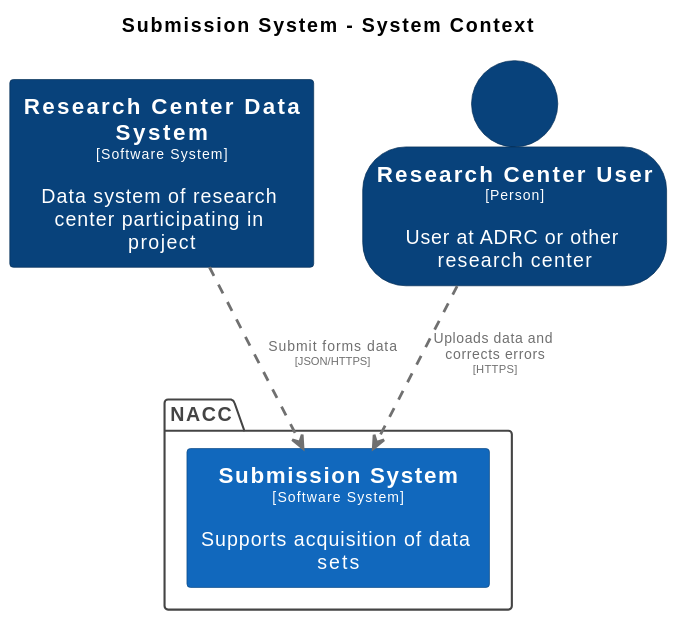
Above: docs/images/structurizr-SubmissionContext.svg in naccdata/system-design (PlantUML), before the change.
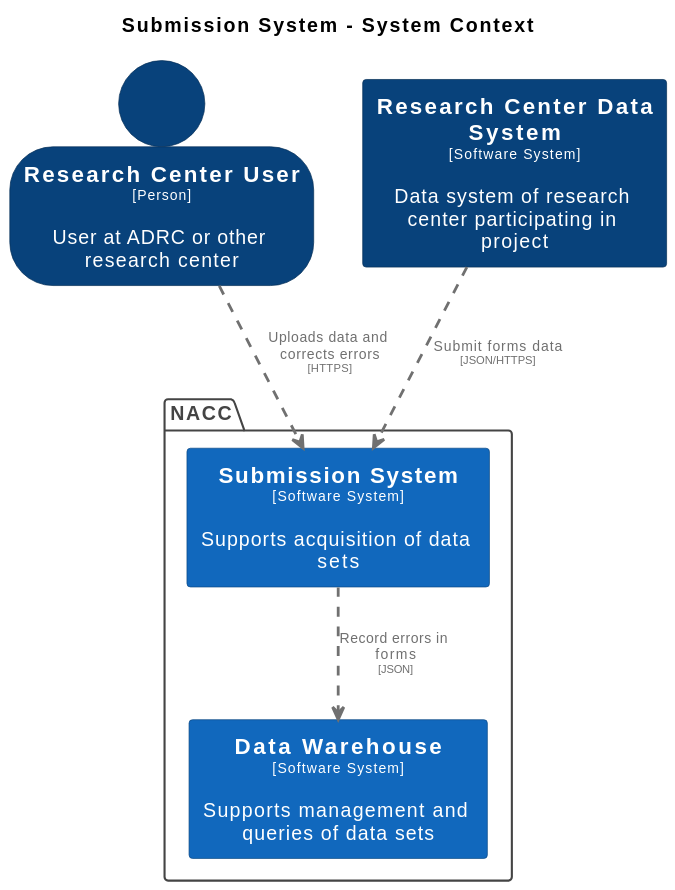
After the commit.

Diff of the diagram source:
```diff
@@ -13,6 +13,11 @@
 
 hide stereotype
 
+skinparam rectangle<<DataWarehouse>> {
+  BackgroundColor #1168bd
+  FontColor #ffffff
+  BorderColor #0b4884
+}
 skinparam rectangle<<ResearchCenterDataSystem>> {
   BackgroundColor #08427b
   FontColor #ffffff
@@ -33,12 +38,14 @@
   skinparam PackageBorderColor<<enterprise>> #444444
   skinparam PackageFontColor<<enterprise>> #444444
 
+  rectangle "==Data Warehouse\n<size:10>[Software System]</size>\n\nSupports management and queries of data sets" <<DataWarehouse>> as DataWarehouse
   rectangle "==Submission System\n<size:10>[Software System]</size>\n\nSupports acquisition of data sets" <<SubmissionSystem>> as SubmissionSystem
 }
 
+person "==Research Center User\n<size:10>[Person]</size>\n\nUser at ADRC or other research center" <<ResearchCenterUser>> as ResearchCenterUser
 rectangle "==Research Center Data System\n<size:10>[Software System]</size>\n\nData system of research center participating in project" <<ResearchCenterDataSystem>> as ResearchCenterDataSystem
-person "==Research Center User\n<size:10>[Person]</size>\n\nUser at ADRC or other research center" <<ResearchCenterUser>> as ResearchCenterUser
 
+ResearchCenterUser .[#707070,thickness=2].> SubmissionSystem : "<color:#707070>Uploads data and corrects errors\n<color:#707070><size:8>[HTTPS]</size>"
 ResearchCenterDataSystem .[#707070,thickness=2].> SubmissionSystem : "<color:#707070>Submit forms data\n<color:#707070><size:8>[JSON/HTTPS]</size>"
-ResearchCenterUser .[#707070,thickness=2].> SubmissionSystem : "<color:#707070>Uploads data and corrects errors\n<color:#707070><size:8>[HTTPS]</size>"
+SubmissionSystem .[#707070,thickness=2].> DataWarehouse : "<color:#707070>Record errors in forms\n<color:#707070><size:8>[JSON]</size>"
 @enduml
```
